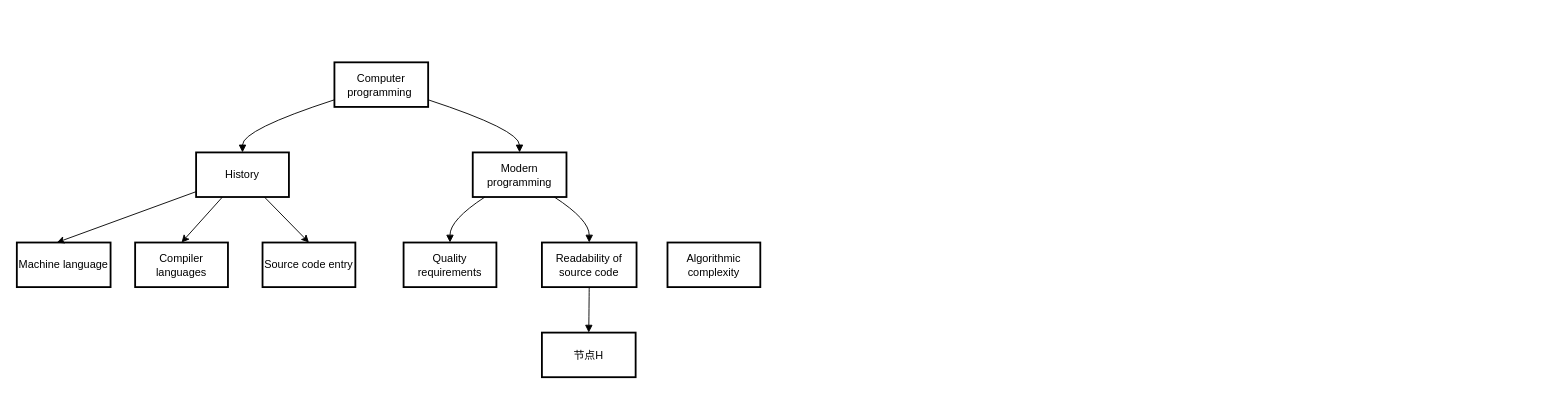
This is 未命名绘图.drawio from gaosen1/nba, a draw.io file, before an edit. Source tidied: cells renumbered, new cells numbered last; positions are measured from the earlier drawing's top-left corner, leaving out a move shared by most shapes. Both pictures are drawn from the tidied source at 91%, with x=0, y=0 at pixel (16, 62).
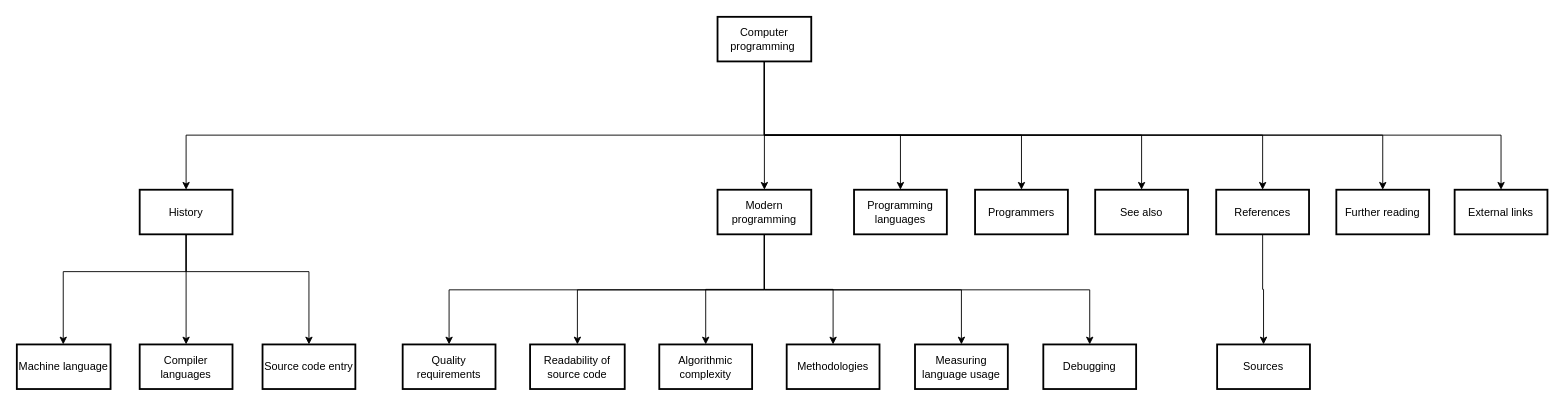
The same diagram, later.

Commit message:
更新未命名绘图.drawio

The edit, as a diff of the source:
```diff
@@
+    <mxCell id="20" style="edgeStyle=orthogonalEdgeStyle;rounded=0;jettySize=auto;html=1;entryX=0.5;entryY=0;entryDx=0;entryDy=0;" parent="1" edge="1" source="2" target="34">
+      <mxGeometry relative="1" as="geometry">
+        <Array as="points">
+          <mxPoint x="822" y="80" />
+          <mxPoint x="1104" y="80" />
+        </Array>
+      </mxGeometry>
+    </mxCell>
+    <mxCell id="21" style="edgeStyle=orthogonalEdgeStyle;rounded=0;jettySize=auto;html=1;entryX=0.5;entryY=0;entryDx=0;entryDy=0;" parent="1" edge="1" source="2" target="35">
+      <mxGeometry relative="1" as="geometry">
+        <Array as="points">
+          <mxPoint x="822" y="80" />
+          <mxPoint x="1236" y="80" />
+        </Array>
+      </mxGeometry>
+    </mxCell>
+    <mxCell id="22" style="edgeStyle=orthogonalEdgeStyle;rounded=0;jettySize=auto;html=1;entryX=0.5;entryY=0;entryDx=0;entryDy=0;" parent="1" edge="1" source="2" target="37">
+      <mxGeometry relative="1" as="geometry">
+        <Array as="points">
+          <mxPoint x="822" y="80" />
+          <mxPoint x="1369" y="80" />
+        </Array>
+      </mxGeometry>
+    </mxCell>
+    <mxCell id="23" style="edgeStyle=orthogonalEdgeStyle;rounded=0;jettySize=auto;html=1;entryX=0.5;entryY=0;entryDx=0;entryDy=0;" parent="1" edge="1" source="2" target="39">
+      <mxGeometry relative="1" as="geometry">
+        <Array as="points">
+          <mxPoint x="822" y="80" />
+          <mxPoint x="1501" y="80" />
+        </Array>
+      </mxGeometry>
+    </mxCell>
+    <mxCell id="24" style="edgeStyle=orthogonalEdgeStyle;rounded=0;jettySize=auto;html=1;entryX=0.5;entryY=0;entryDx=0;entryDy=0;" parent="1" edge="1" source="2" target="40">
+      <mxGeometry relative="1" as="geometry">
+        <Array as="points">
+          <mxPoint x="822" y="80" />
+          <mxPoint x="1631" y="80" />
+        </Array>
+      </mxGeometry>
+    </mxCell>
+    <mxCell id="11" style="edgeStyle=orthogonalEdgeStyle;rounded=0;jettySize=auto;html=1;entryX=0.5;entryY=0;entryDx=0;entryDy=0;" parent="1" edge="1" source="2" target="4">
+      <mxGeometry relative="1" as="geometry" />
+    </mxCell>
+    <mxCell id="10" style="edgeStyle=orthogonalEdgeStyle;rounded=0;jettySize=auto;html=1;" parent="1" edge="1" source="2" target="3">
+      <mxGeometry relative="1" as="geometry">
+        <Array as="points">
+          <mxPoint x="822" y="80" />
+          <mxPoint x="186" y="80" />
+        </Array>
+      </mxGeometry>
+    </mxCell>
+    <mxCell id="25" style="edgeStyle=orthogonalEdgeStyle;rounded=0;jettySize=auto;html=1;" parent="1" edge="1" source="2" target="33">
+      <mxGeometry relative="1" as="geometry">
+        <Array as="points">
+          <mxPoint x="822" y="80" />
+          <mxPoint x="971" y="80" />
+        </Array>
+      </mxGeometry>
+    </mxCell>
     <mxCell id="2" value="Computer programming " style="whiteSpace=wrap;strokeWidth=2;" parent="1" vertex="1">
-      <mxGeometry x="349" width="103" height="49" as="geometry" />
+      <mxGeometry x="770" y="-50" width="103" height="49" as="geometry" />
     </mxCell>
+    <mxCell id="18" style="edgeStyle=orthogonalEdgeStyle;rounded=0;jettySize=auto;html=1;" parent="1" edge="1" source="3" target="15">
+      <mxGeometry relative="1" as="geometry">
+        <Array as="points">
+          <mxPoint x="186" y="230" />
+          <mxPoint x="321" y="230" />
+        </Array>
+      </mxGeometry>
+    </mxCell>
+    <mxCell id="17" style="edgeStyle=orthogonalEdgeStyle;rounded=0;jettySize=auto;html=1;" parent="1" edge="1" source="3" target="6">
+      <mxGeometry relative="1" as="geometry" />
+    </mxCell>
+    <mxCell id="16" style="edgeStyle=orthogonalEdgeStyle;rounded=0;jettySize=auto;html=1;" parent="1" edge="1" source="3" target="5">
+      <mxGeometry relative="1" as="geometry">
+        <Array as="points">
+          <mxPoint x="186" y="230" />
+          <mxPoint x="51" y="230" />
+        </Array>
+      </mxGeometry>
+    </mxCell>
     <mxCell id="3" value="History" style="whiteSpace=wrap;strokeWidth=2;" parent="1" vertex="1">
-      <mxGeometry x="197" y="99" width="102" height="49" as="geometry" />
+      <mxGeometry x="135" y="140" width="102" height="49" as="geometry" />
     </mxCell>
+    <mxCell id="12" style="edgeStyle=orthogonalEdgeStyle;rounded=0;jettySize=auto;html=1;" parent="1" edge="1" source="4" target="7">
+      <mxGeometry relative="1" as="geometry">
+        <Array as="points">
+          <mxPoint x="822" y="250" />
+          <mxPoint x="475" y="250" />
+        </Array>
+      </mxGeometry>
+    </mxCell>
+    <mxCell id="13" style="edgeStyle=orthogonalEdgeStyle;rounded=0;jettySize=auto;html=1;" parent="1" edge="1" source="4" target="8">
+      <mxGeometry relative="1" as="geometry">
+        <Array as="points">
+          <mxPoint x="822" y="250" />
+          <mxPoint x="616" y="250" />
+        </Array>
+      </mxGeometry>
+    </mxCell>
+    <mxCell id="26" style="edgeStyle=orthogonalEdgeStyle;rounded=0;jettySize=auto;html=1;entryX=0.5;entryY=0;entryDx=0;entryDy=0;" parent="1" edge="1" source="4" target="19">
+      <mxGeometry relative="1" as="geometry" />
+    </mxCell>
+    <mxCell id="27" style="edgeStyle=orthogonalEdgeStyle;rounded=0;jettySize=auto;html=1;" parent="1" edge="1" source="4" target="30">
+      <mxGeometry relative="1" as="geometry" />
+    </mxCell>
+    <mxCell id="28" style="edgeStyle=orthogonalEdgeStyle;rounded=0;jettySize=auto;html=1;" parent="1" edge="1" source="4" target="31">
+      <mxGeometry relative="1" as="geometry">
+        <Array as="points">
+          <mxPoint x="822" y="250" />
+          <mxPoint x="1038" y="250" />
+        </Array>
+      </mxGeometry>
+    </mxCell>
+    <mxCell id="29" style="edgeStyle=orthogonalEdgeStyle;rounded=0;jettySize=auto;html=1;entryX=0.5;entryY=0;entryDx=0;entryDy=0;" parent="1" edge="1" source="4" target="32">
+      <mxGeometry relative="1" as="geometry">
+        <Array as="points">
+          <mxPoint x="822" y="250" />
+          <mxPoint x="1179" y="250" />
+        </Array>
+      </mxGeometry>
+    </mxCell>
     <mxCell id="4" value="Modern programming" style="whiteSpace=wrap;strokeWidth=2;" parent="1" vertex="1">
-      <mxGeometry x="501" y="99" width="103" height="49" as="geometry" />
+      <mxGeometry x="770" y="140" width="103" height="49" as="geometry" />
     </mxCell>
     <mxCell id="5" value="Machine language" style="whiteSpace=wrap;strokeWidth=2;" parent="1" vertex="1">
-      <mxGeometry y="198" width="103" height="49" as="geometry" />
+      <mxGeometry y="310" width="103" height="49" as="geometry" />
     </mxCell>
     <mxCell id="6" value="Compiler languages" style="whiteSpace=wrap;strokeWidth=2;" parent="1" vertex="1">
-      <mxGeometry x="130" y="198" width="102" height="49" as="geometry" />
+      <mxGeometry x="135" y="310" width="102" height="49" as="geometry" />
     </mxCell>
     <mxCell id="7" value="Quality requirements" style="whiteSpace=wrap;strokeWidth=2;" parent="1" vertex="1">
-      <mxGeometry x="425" y="198" width="102" height="49" as="geometry" />
+      <mxGeometry x="424" y="310" width="102" height="49" as="geometry" />
     </mxCell>
     <mxCell id="8" value="Readability of source code" style="whiteSpace=wrap;strokeWidth=2;" parent="1" vertex="1">
-      <mxGeometry x="577" y="198" width="104" height="49" as="geometry" />
+      <mxGeometry x="564" y="310" width="104" height="49" as="geometry" />
     </mxCell>
-    <mxCell id="9" value="节点H" style="whiteSpace=wrap;strokeWidth=2;" parent="1" vertex="1">
-      <mxGeometry x="577" y="297" width="103" height="49" as="geometry" />
-    </mxCell>
-    <mxCell id="10" style="curved=1;startArrow=none;endArrow=block;exitX=0;exitY=0.84;entryX=0.5;entryY=0;" parent="1" edge="1" source="2" target="3">
-      <mxGeometry relative="1" as="geometry">
-        <Array as="points">
-          <mxPoint x="248" y="74" />
-        </Array>
-      </mxGeometry>
-    </mxCell>
-    <mxCell id="11" style="curved=1;startArrow=none;endArrow=block;exitX=1;exitY=0.84;entryX=0.5;entryY=0;" parent="1" edge="1" source="2" target="4">
-      <mxGeometry relative="1" as="geometry">
-        <Array as="points">
-          <mxPoint x="552" y="74" />
-        </Array>
-      </mxGeometry>
-    </mxCell>
-    <mxCell id="12" style="curved=1;startArrow=none;endArrow=block;exitX=0.13;exitY=1;entryX=0.5;entryY=0;" parent="1" edge="1" source="4" target="7">
-      <mxGeometry relative="1" as="geometry">
-        <Array as="points">
-          <mxPoint x="476" y="173" />
-        </Array>
-      </mxGeometry>
-    </mxCell>
-    <mxCell id="13" style="curved=1;startArrow=none;endArrow=block;exitX=0.87;exitY=1;entryX=0.5;entryY=0;" parent="1" edge="1" source="4" target="8">
-      <mxGeometry relative="1" as="geometry">
-        <Array as="points">
-          <mxPoint x="629" y="173" />
-        </Array>
-      </mxGeometry>
-    </mxCell>
-    <mxCell id="14" style="curved=1;startArrow=none;endArrow=block;exitX=0.5;exitY=1;entryX=0.5;entryY=0;" parent="1" edge="1" source="8" target="9">
-      <mxGeometry relative="1" as="geometry" />
-    </mxCell>
     <mxCell id="15" value="Source code entry" style="whiteSpace=wrap;strokeWidth=2;" parent="1" vertex="1">
-      <mxGeometry x="270" y="198" width="102" height="49" as="geometry" />
+      <mxGeometry x="270" y="310" width="102" height="49" as="geometry" />
     </mxCell>
-    <mxCell id="16" style="endArrow=classic;html=1;rounded=0;entryX=0.427;entryY=0;entryDx=0;entryDy=0;entryPerimeter=0;" parent="1" edge="1" source="3" target="5">
-      <mxGeometry relative="1" as="geometry" />
-    </mxCell>
-    <mxCell id="17" style="endArrow=classic;html=1;rounded=0;entryX=0.5;entryY=0;entryDx=0;entryDy=0;" parent="1" edge="1" source="3" target="6">
-      <mxGeometry relative="1" as="geometry" />
-    </mxCell>
-    <mxCell id="18" style="endArrow=classic;html=1;rounded=0;entryX=0.5;entryY=0;entryDx=0;entryDy=0;" parent="1" edge="1" source="3" target="15">
-      <mxGeometry relative="1" as="geometry" />
-    </mxCell>
     <mxCell id="19" value="Algorithmic complexity" style="whiteSpace=wrap;strokeWidth=2;" parent="1" vertex="1">
-      <mxGeometry x="715" y="198" width="102" height="49" as="geometry" />
+      <mxGeometry x="706" y="310" width="102" height="49" as="geometry" />
     </mxCell>
+    <mxCell id="30" value="Methodologies" style="whiteSpace=wrap;strokeWidth=2;" parent="1" vertex="1">
+      <mxGeometry x="846" y="310" width="102" height="49" as="geometry" />
+    </mxCell>
+    <mxCell id="31" value="Measuring language usage" style="whiteSpace=wrap;strokeWidth=2;" parent="1" vertex="1">
+      <mxGeometry x="987" y="310" width="102" height="49" as="geometry" />
+    </mxCell>
+    <mxCell id="32" value="Debugging" style="whiteSpace=wrap;strokeWidth=2;" parent="1" vertex="1">
+      <mxGeometry x="1128" y="310" width="102" height="49" as="geometry" />
+    </mxCell>
+    <mxCell id="33" value="Programming languages" style="whiteSpace=wrap;strokeWidth=2;" parent="1" vertex="1">
+      <mxGeometry x="920" y="140" width="102" height="49" as="geometry" />
+    </mxCell>
+    <mxCell id="34" value="Programmers" style="whiteSpace=wrap;strokeWidth=2;" parent="1" vertex="1">
+      <mxGeometry x="1053" y="140" width="102" height="49" as="geometry" />
+    </mxCell>
+    <mxCell id="35" value="See also" style="whiteSpace=wrap;strokeWidth=2;" parent="1" vertex="1">
+      <mxGeometry x="1185" y="140" width="102" height="49" as="geometry" />
+    </mxCell>
+    <mxCell id="36" style="edgeStyle=orthogonalEdgeStyle;rounded=0;jettySize=auto;html=1;entryX=0.5;entryY=0;entryDx=0;entryDy=0;" parent="1" edge="1" source="37" target="38">
+      <mxGeometry relative="1" as="geometry" />
+    </mxCell>
+    <mxCell id="37" value="References" style="whiteSpace=wrap;strokeWidth=2;" parent="1" vertex="1">
+      <mxGeometry x="1318" y="140" width="102" height="49" as="geometry" />
+    </mxCell>
+    <mxCell id="38" value="Sources" style="whiteSpace=wrap;strokeWidth=2;" parent="1" vertex="1">
+      <mxGeometry x="1319" y="310" width="102" height="49" as="geometry" />
+    </mxCell>
+    <mxCell id="39" value="Further reading" style="whiteSpace=wrap;strokeWidth=2;" parent="1" vertex="1">
+      <mxGeometry x="1450" y="140" width="102" height="49" as="geometry" />
+    </mxCell>
+    <mxCell id="40" value="External links" style="whiteSpace=wrap;strokeWidth=2;" parent="1" vertex="1">
+      <mxGeometry x="1580" y="140" width="102" height="49" as="geometry" />
+    </mxCell>
```
